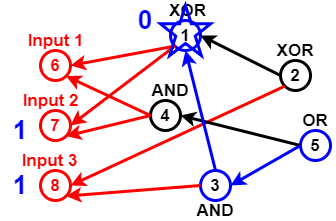
This is Untitled Diagram.png from sara1024/-CCF201412-2-Z-, a draw.io export, as it was before one commit. Source tidied: cells renumbered, new cells last; positions are measured from the earlier drawing's top-left corner, leaving out a move shared by most shapes.
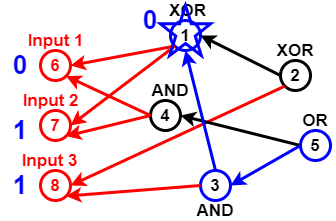
The same diagram one commit later.

Change to the diagram source:
```diff
@@ -81,7 +81,7 @@
       <mxGeometry x="17.5" y="150" width="62.5" height="20" as="geometry" />
     </mxCell>
     <mxCell id="28" value="0" style="text;html=1;strokeColor=none;fillColor=none;align=center;verticalAlign=middle;whiteSpace=wrap;rounded=0;fontSize=26;fontStyle=1;fontColor=#0000FF;" parent="1" vertex="1">
-      <mxGeometry x="125" y="10" width="40" height="20" as="geometry" />
+      <mxGeometry y="55" width="40" height="20" as="geometry" />
     </mxCell>
     <mxCell id="29" value="1" style="text;html=1;strokeColor=none;fillColor=none;align=center;verticalAlign=middle;whiteSpace=wrap;rounded=0;fontSize=26;fontStyle=1;fontColor=#0000FF;" parent="1" vertex="1">
       <mxGeometry y="120" width="40" height="20" as="geometry" />
@@ -92,5 +92,8 @@
     <mxCell id="31" style="verticalLabelPosition=bottom;verticalAlign=top;html=1;shape=mxgraph.basic.star;strokeWidth=3;fillColor=none;gradientColor=none;fontSize=26;fontColor=#0000CC;strokeColor=#0000FF;" parent="1" vertex="1">
       <mxGeometry x="160" y="5" width="50" height="50" as="geometry" />
     </mxCell>
+    <mxCell id="32" value="0" style="text;html=1;strokeColor=none;fillColor=none;align=center;verticalAlign=middle;whiteSpace=wrap;rounded=0;fontSize=26;fontColor=#0000FF;fontStyle=1;" parent="1" vertex="1">
+      <mxGeometry x="130" y="10" width="40" height="20" as="geometry" />
+    </mxCell>
   </root>
 </mxGraphModel>
```
